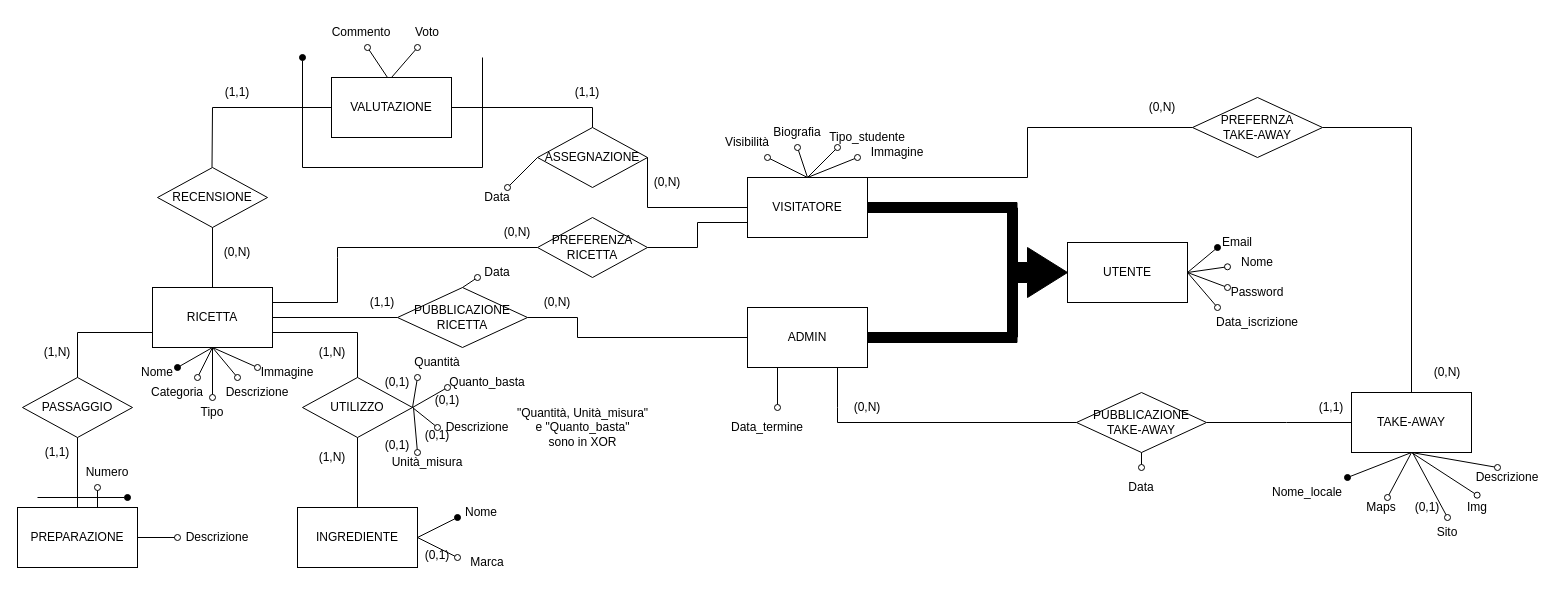
Uni-cooked/uni-cooked keeps this draw.io diagram as page "Page-2" (2 of 2) of DB uni-cooked.drawio. Above is the earlier version. Source tidied: cells renumbered, new cells numbered last; positions are measured from the earlier drawing's top-left corner, leaving out a move shared by most shapes. Both pictures are drawn from the tidied source at 100%, with x=0, y=0 at pixel (17, 17).
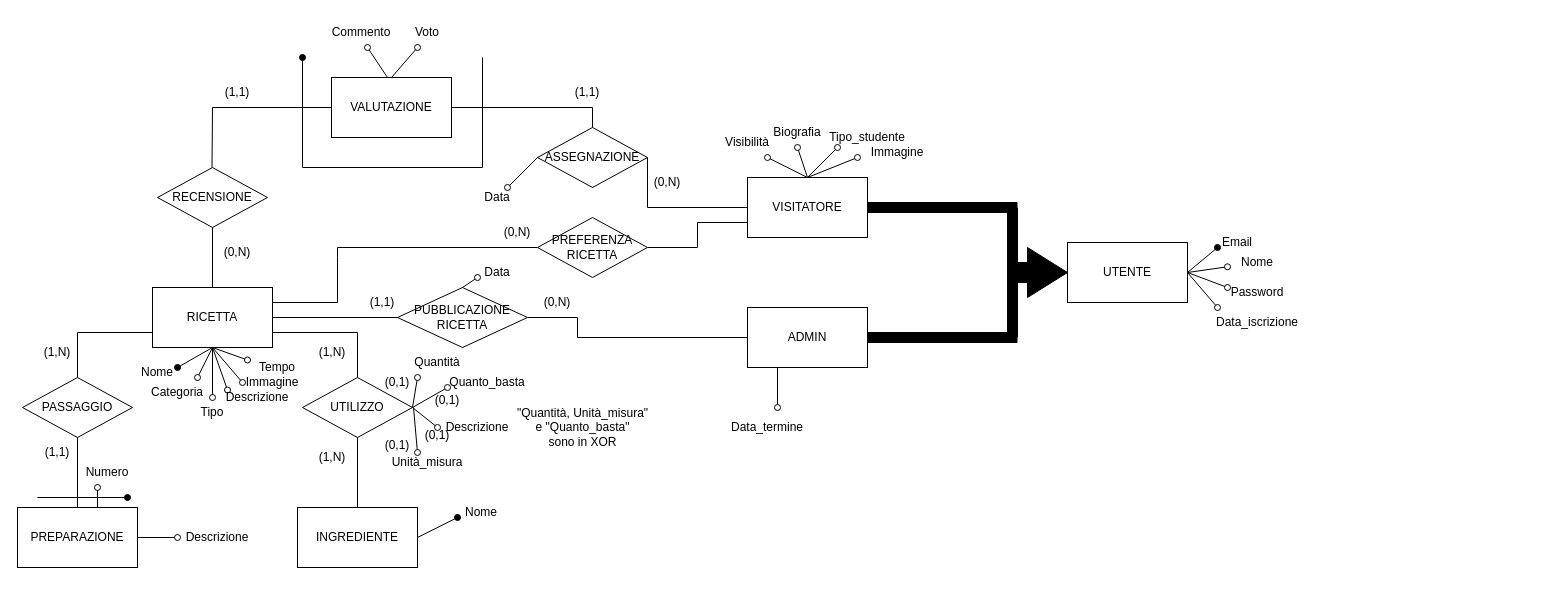
The same page after the edit.

Commit message (it also covers changes not shown here):
Aggiornato DB rimuovendo quanto riferito al take-away

The change refers to these unchanged cells:
```xml
<mxCell id="4" value="RICETTA" style="rounded=0;whiteSpace=wrap;html=1;" parent="1" vertex="1">
  <mxGeometry x="135" y="270" width="120" height="60" as="geometry" />
</mxCell>
<mxCell id="6" value="INGREDIENTE" style="rounded=0;whiteSpace=wrap;html=1;" parent="1" vertex="1">
  <mxGeometry x="280" y="490" width="120" height="60" as="geometry" />
</mxCell>
<mxCell id="9" value="ADMIN" style="rounded=0;whiteSpace=wrap;html=1;" parent="1" vertex="1">
  <mxGeometry x="730" y="290" width="120" height="60" as="geometry" />
</mxCell>
<mxCell id="76" value="VISITATORE" style="rounded=0;whiteSpace=wrap;html=1;" parent="1" vertex="1">
  <mxGeometry x="730" y="160" width="120" height="60" as="geometry" />
</mxCell>
```

Change to the diagram source:
```diff
@@
-    <mxCell id="27" style="endArrow=none;html=1;rounded=0;startArrow=oval;startFill=1;entryX=0.5;entryY=1;entryDx=0;entryDy=0;" parent="1" edge="1" target="105">
-      <mxGeometry relative="1" as="geometry">
-        <mxPoint x="1330" y="460" as="sourcePoint" />
-      </mxGeometry>
-    </mxCell>
@@
-    <mxCell id="34" style="endArrow=none;html=1;rounded=0;startArrow=oval;startFill=0;entryX=0.5;entryY=1;entryDx=0;entryDy=0;" parent="1" edge="1" target="4">
-      <mxGeometry relative="1" as="geometry">
-        <mxPoint x="220" y="360" as="sourcePoint" />
-      </mxGeometry>
+    <mxCell id="34" style="endArrow=none;html=1;rounded=0;startArrow=oval;startFill=0;entryX=0.5;entryY=1;entryDx=0;entryDy=0;exitX=0;exitY=0.25;exitDx=0;exitDy=0;" parent="1" edge="1" source="39" target="4">
+      <mxGeometry relative="1" as="geometry" />
     </mxCell>
-    <mxCell id="35" style="endArrow=none;html=1;rounded=0;startArrow=oval;startFill=0;entryX=0.5;entryY=1;entryDx=0;entryDy=0;" parent="1" edge="1" target="4">
-      <mxGeometry relative="1" as="geometry">
-        <mxPoint x="240" y="350" as="sourcePoint" />
-      </mxGeometry>
+    <mxCell id="35" style="endArrow=none;html=1;rounded=0;startArrow=oval;startFill=0;entryX=0.5;entryY=1;entryDx=0;entryDy=0;exitX=0;exitY=0.25;exitDx=0;exitDy=0;" parent="1" edge="1" source="127" target="4">
+      <mxGeometry relative="1" as="geometry" />
     </mxCell>
@@
     <mxCell id="39" value="Descrizione" style="text;html=1;align=center;verticalAlign=middle;whiteSpace=wrap;rounded=0;" parent="1" vertex="1">
-      <mxGeometry x="210" y="360" width="60" height="30" as="geometry" />
+      <mxGeometry x="210" y="365" width="60" height="30" as="geometry" />
     </mxCell>
     <mxCell id="40" value="Immagine" style="text;html=1;align=center;verticalAlign=middle;whiteSpace=wrap;rounded=0;" parent="1" vertex="1">
-      <mxGeometry x="240" y="340" width="60" height="30" as="geometry" />
+      <mxGeometry x="225" y="350" width="60" height="30" as="geometry" />
     </mxCell>
-    <mxCell id="41" style="endArrow=none;html=1;rounded=0;startArrow=oval;startFill=0;entryX=1;entryY=0.5;entryDx=0;entryDy=0;" parent="1" edge="1" target="6">
-      <mxGeometry relative="1" as="geometry">
-        <mxPoint x="440" y="540" as="sourcePoint" />
-      </mxGeometry>
-    </mxCell>
@@
-    <mxCell id="44" value="Marca" style="text;html=1;align=center;verticalAlign=middle;whiteSpace=wrap;rounded=0;" parent="1" vertex="1">
-      <mxGeometry x="440" y="530" width="60" height="30" as="geometry" />
-    </mxCell>
@@
-    <mxCell id="72" style="endArrow=none;html=1;rounded=0;startArrow=oval;startFill=0;entryX=0.5;entryY=1;entryDx=0;entryDy=0;" parent="1" edge="1" target="105">
-      <mxGeometry relative="1" as="geometry">
-        <mxPoint x="1370" y="480" as="sourcePoint" />
-      </mxGeometry>
-    </mxCell>
@@
-    <mxCell id="90" value="(0,1)" style="text;html=1;align=center;verticalAlign=middle;whiteSpace=wrap;rounded=0;" parent="1" vertex="1">
-      <mxGeometry x="400" y="530" width="40" height="15" as="geometry" />
-    </mxCell>
@@
-    <mxCell id="98" value="(0,N)" style="text;html=1;align=center;verticalAlign=middle;whiteSpace=wrap;rounded=0;" parent="1" vertex="1">
-      <mxGeometry x="1115" y="75" width="60" height="30" as="geometry" />
-    </mxCell>
@@
-    <mxCell id="105" value="&lt;div&gt;TAKE-AWAY&lt;/div&gt;" style="rounded=0;whiteSpace=wrap;html=1;" parent="1" vertex="1">
-      <mxGeometry x="1334" y="375" width="120" height="60" as="geometry" />
-    </mxCell>
-    <mxCell id="106" value="&lt;div&gt;Nome_locale&lt;/div&gt;" style="text;html=1;align=center;verticalAlign=middle;whiteSpace=wrap;rounded=0;" parent="1" vertex="1">
-      <mxGeometry x="1260" y="460" width="60" height="30" as="geometry" />
-    </mxCell>
-    <mxCell id="107" value="Maps" style="text;html=1;align=center;verticalAlign=middle;whiteSpace=wrap;rounded=0;" parent="1" vertex="1">
-      <mxGeometry x="1334" y="475" width="60" height="30" as="geometry" />
-    </mxCell>
-    <mxCell id="108" value="&lt;div&gt;Img&lt;/div&gt;" style="text;html=1;align=center;verticalAlign=middle;whiteSpace=wrap;rounded=0;" parent="1" vertex="1">
-      <mxGeometry x="1430" y="475" width="60" height="30" as="geometry" />
-    </mxCell>
-    <mxCell id="109" value="&lt;div&gt;Descrizione&lt;/div&gt;" style="text;html=1;align=center;verticalAlign=middle;whiteSpace=wrap;rounded=0;" parent="1" vertex="1">
-      <mxGeometry x="1460" y="445" width="60" height="30" as="geometry" />
-    </mxCell>
-    <mxCell id="110" style="endArrow=none;html=1;rounded=0;startArrow=oval;startFill=0;entryX=0.5;entryY=1;entryDx=0;entryDy=0;exitX=0.494;exitY=0.089;exitDx=0;exitDy=0;exitPerimeter=0;" parent="1" edge="1" source="108" target="105">
-      <mxGeometry relative="1" as="geometry" />
-    </mxCell>
-    <mxCell id="111" style="endArrow=none;html=1;rounded=0;startArrow=oval;startFill=0;entryX=0.5;entryY=1;entryDx=0;entryDy=0;" parent="1" edge="1" target="105">
-      <mxGeometry relative="1" as="geometry">
-        <mxPoint x="1480" y="450" as="sourcePoint" />
-      </mxGeometry>
-    </mxCell>
-    <mxCell id="112" style="endArrow=none;html=1;rounded=0;exitX=0.5;exitY=0;exitDx=0;exitDy=0;entryX=1;entryY=0.5;entryDx=0;entryDy=0;" parent="1" edge="1" source="105" target="113">
-      <mxGeometry relative="1" as="geometry">
-        <Array as="points">
-          <mxPoint x="1394" y="110" />
-        </Array>
-      </mxGeometry>
-    </mxCell>
-    <mxCell id="113" value="PREFERNZA&lt;div&gt;TAKE-AWAY&lt;/div&gt;" style="rhombus;whiteSpace=wrap;html=1;" parent="1" vertex="1">
-      <mxGeometry x="1175" y="80" width="130" height="60" as="geometry" />
-    </mxCell>
-    <mxCell id="114" style="endArrow=none;html=1;rounded=0;exitX=1;exitY=0;exitDx=0;exitDy=0;entryX=0;entryY=0.5;entryDx=0;entryDy=0;" parent="1" edge="1" source="76" target="113">
-      <mxGeometry relative="1" as="geometry">
-        <Array as="points">
-          <mxPoint x="1010" y="160" />
-          <mxPoint x="1010" y="110" />
-        </Array>
-      </mxGeometry>
-    </mxCell>
-    <mxCell id="115" style="endArrow=none;html=1;rounded=0;exitX=0;exitY=0.5;exitDx=0;exitDy=0;entryX=1;entryY=0.5;entryDx=0;entryDy=0;" parent="1" edge="1" source="105" target="116">
-      <mxGeometry relative="1" as="geometry">
-        <Array as="points">
-          <mxPoint x="1269" y="405" />
-        </Array>
-      </mxGeometry>
-    </mxCell>
-    <mxCell id="116" value="PUBBLICAZIONE&lt;div&gt;TAKE-AWAY&lt;/div&gt;" style="rhombus;whiteSpace=wrap;html=1;" parent="1" vertex="1">
-      <mxGeometry x="1059" y="375" width="130" height="60" as="geometry" />
-    </mxCell>
-    <mxCell id="117" style="endArrow=none;html=1;rounded=0;exitX=0.75;exitY=1;exitDx=0;exitDy=0;entryX=0;entryY=0.5;entryDx=0;entryDy=0;" parent="1" edge="1" source="9" target="116">
-      <mxGeometry relative="1" as="geometry">
-        <Array as="points">
-          <mxPoint x="820" y="390" />
-          <mxPoint x="820" y="405" />
-        </Array>
-      </mxGeometry>
-    </mxCell>
-    <mxCell id="118" value="Data" style="text;html=1;align=center;verticalAlign=middle;whiteSpace=wrap;rounded=0;" parent="1" vertex="1">
-      <mxGeometry x="1094" y="455" width="60" height="30" as="geometry" />
-    </mxCell>
-    <mxCell id="119" style="endArrow=none;html=1;rounded=0;startArrow=oval;startFill=0;entryX=0.5;entryY=1;entryDx=0;entryDy=0;" parent="1" edge="1" target="116">
-      <mxGeometry relative="1" as="geometry">
-        <mxPoint x="1124" y="450" as="sourcePoint" />
-      </mxGeometry>
-    </mxCell>
-    <mxCell id="120" value="(0,N)" style="text;html=1;align=center;verticalAlign=middle;whiteSpace=wrap;rounded=0;" parent="1" vertex="1">
-      <mxGeometry x="820" y="375" width="60" height="30" as="geometry" />
-    </mxCell>
-    <mxCell id="121" value="(1,1)" style="text;html=1;align=center;verticalAlign=middle;whiteSpace=wrap;rounded=0;" parent="1" vertex="1">
-      <mxGeometry x="1284" y="375" width="60" height="30" as="geometry" />
-    </mxCell>
-    <mxCell id="122" value="(0,N)" style="text;html=1;align=center;verticalAlign=middle;whiteSpace=wrap;rounded=0;" parent="1" vertex="1">
-      <mxGeometry x="1400" y="340" width="60" height="30" as="geometry" />
-    </mxCell>
-    <mxCell id="123" style="endArrow=none;html=1;rounded=0;startArrow=oval;startFill=0;exitX=0.5;exitY=0;exitDx=0;exitDy=0;" parent="1" edge="1" source="124">
-      <mxGeometry relative="1" as="geometry">
-        <mxPoint x="1395" y="435" as="targetPoint" />
-      </mxGeometry>
-    </mxCell>
-    <mxCell id="124" value="Sito" style="text;html=1;align=center;verticalAlign=middle;whiteSpace=wrap;rounded=0;" parent="1" vertex="1">
-      <mxGeometry x="1400" y="500" width="60" height="30" as="geometry" />
-    </mxCell>
-    <mxCell id="125" value="(0,1)" style="text;html=1;align=center;verticalAlign=middle;whiteSpace=wrap;rounded=0;" parent="1" vertex="1">
-      <mxGeometry x="1380" y="475" width="60" height="30" as="geometry" />
-    </mxCell>
+    <mxCell id="126" style="endArrow=none;html=1;rounded=0;startArrow=oval;startFill=0;entryX=0.5;entryY=1;entryDx=0;entryDy=0;exitX=0;exitY=0.5;exitDx=0;exitDy=0;" parent="1" edge="1" source="40" target="4">
+      <mxGeometry relative="1" as="geometry" />
+    </mxCell>
+    <mxCell id="127" value="Tempo" style="text;html=1;align=center;verticalAlign=middle;whiteSpace=wrap;rounded=0;" parent="1" vertex="1">
+      <mxGeometry x="230" y="335" width="60" height="30" as="geometry" />
+    </mxCell>
```
